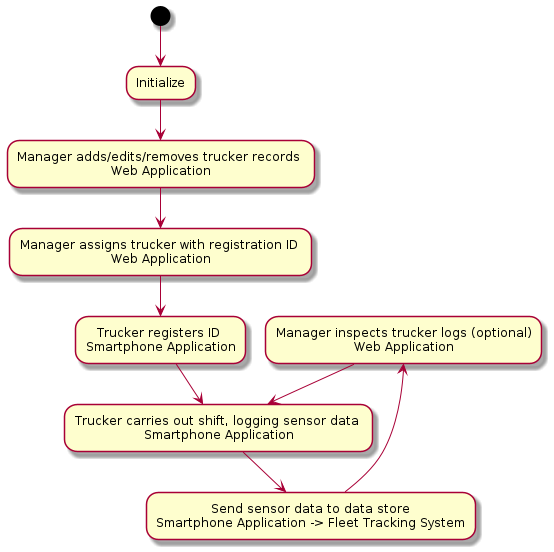
The PlantUML diagram docs/report/diag/high_level_activity.png in tevoza/fleet-tracker, before a commit.
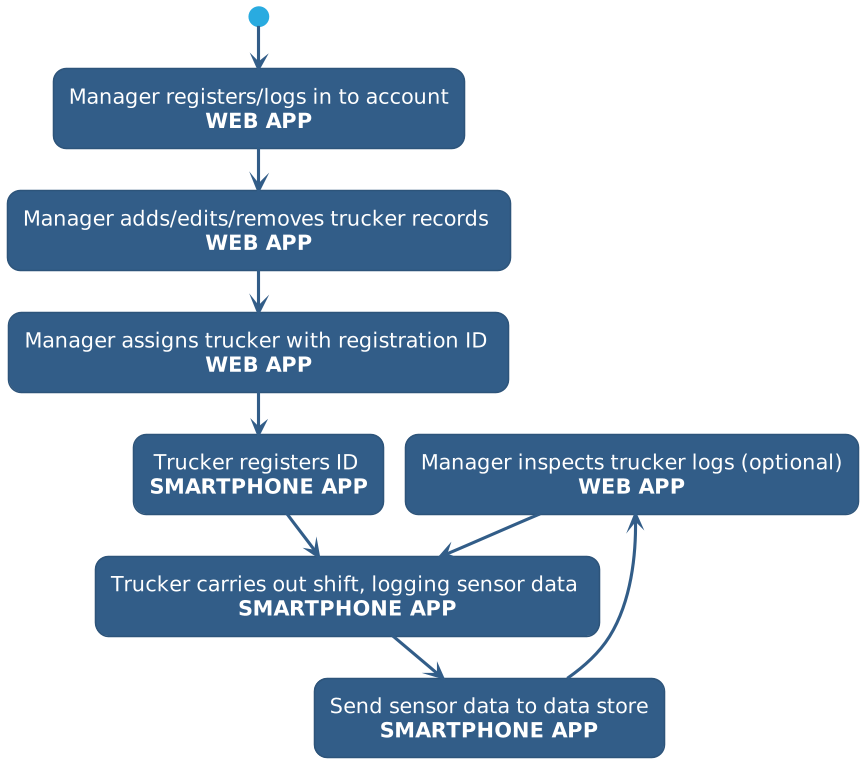
The same file after the commit.

The edit, as a diff of the source:
```diff
@@ -1,10 +1,15 @@
 @startuml
-(*) --> "Initialize"
---> "Manager adds/edits/removes trucker records \nWeb Application"
---> "Manager assigns trucker with registration ID \nWeb Application"
---> "Trucker registers ID \nSmartphone Application"
---> "Trucker carries out shift, logging sensor data \nSmartphone Application"
---> "Send sensor data to data store\nSmartphone Application -> Fleet Tracking System"
--up->"Manager inspects trucker logs (optional)\nWeb Application"
---> "Trucker carries out shift, logging sensor data \nSmartphone Application"
+
+!theme sandstone
+skinparam defaultTextAlignment center
+skinparam defaultFontSize 20
+
+(*) --> "Manager registers/logs in to account\n<b>WEB APP</b>"
+--> "Manager adds/edits/removes trucker records \n<b>WEB APP</b>"
+--> "Manager assigns trucker with registration ID \n<b>WEB APP</b>"
+--> "Trucker registers ID \n<b>SMARTPHONE APP</b>"
+--> "Trucker carries out shift, logging sensor data \n<b>SMARTPHONE APP</b>"
+--> "Send sensor data to data store\n<b>SMARTPHONE APP</b>"
+-up->"Manager inspects trucker logs (optional)\n<b>WEB APP</b>"
+--> "Trucker carries out shift, logging sensor data \n<b>SMARTPHONE APP</b>"
 @enduml
```
